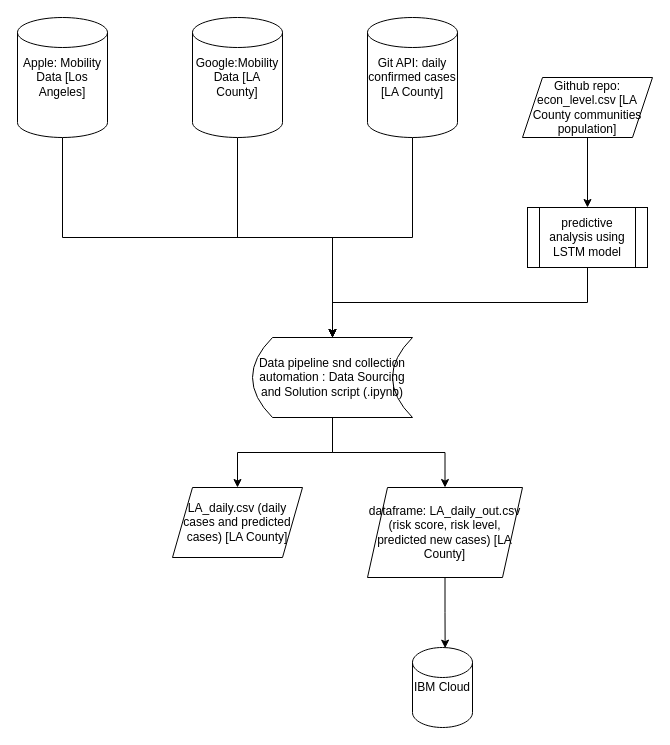
This is Risk-Score-UMich-Workflow.drawio from skasralikar/Risk-Score-1-UMichZJU, a draw.io file, before an edit. Source tidied: cells renumbered, new cells numbered last; positions are measured from the earlier drawing's top-left corner, leaving out a move shared by most shapes. Both pictures are drawn from the tidied source at 100%, with x=0, y=0 at pixel (17, 17).
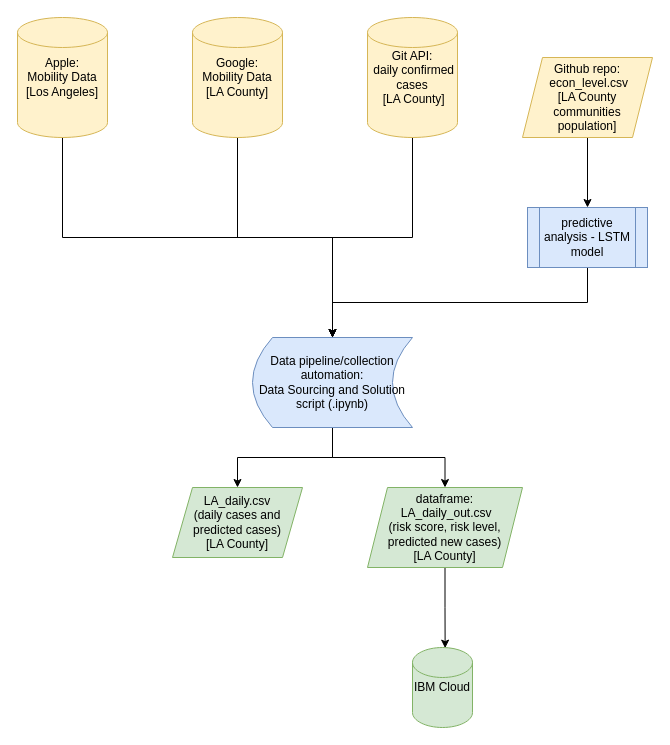
The same diagram, later.

Diff of the diagram source:
```diff
@@
-    <mxCell id="3" value="&lt;div&gt;&lt;span&gt;Git API: daily confirmed cases [LA County]&lt;/span&gt;&lt;/div&gt;" style="shape=cylinder2;whiteSpace=wrap;html=1;boundedLbl=1;backgroundOutline=1;size=15;align=center;" parent="1" vertex="1">
+    <mxCell id="3" value="&lt;div&gt;&lt;span&gt;Git API:&lt;/span&gt;&lt;/div&gt;&lt;div&gt;&lt;span&gt;&amp;nbsp;daily confirmed cases&lt;/span&gt;&lt;/div&gt;&lt;div&gt;&lt;span&gt;&amp;nbsp;[LA County]&lt;/span&gt;&lt;/div&gt;" style="shape=cylinder2;whiteSpace=wrap;html=1;boundedLbl=1;backgroundOutline=1;size=15;align=center;fillColor=#fff2cc;strokeColor=#d6b656;" parent="1" vertex="1">
       <mxGeometry x="350" width="90" height="120" as="geometry" />
     </mxCell>
@@
-    <mxCell id="5" value="Apple: Mobility Data [Los Angeles]" style="shape=cylinder2;whiteSpace=wrap;html=1;boundedLbl=1;backgroundOutline=1;size=15;" parent="1" vertex="1">
+    <mxCell id="5" value="Apple: &lt;br&gt;Mobility Data [Los Angeles]" style="shape=cylinder2;whiteSpace=wrap;html=1;boundedLbl=1;backgroundOutline=1;size=15;fillColor=#fff2cc;strokeColor=#d6b656;" parent="1" vertex="1">
       <mxGeometry width="90" height="120" as="geometry" />
     </mxCell>
@@
-    <mxCell id="7" value="Google:Mobility Data [LA County]" style="shape=cylinder2;whiteSpace=wrap;html=1;boundedLbl=1;backgroundOutline=1;size=15;" parent="1" vertex="1">
+    <mxCell id="7" value="Google:&lt;br&gt;Mobility Data [LA County]" style="shape=cylinder2;whiteSpace=wrap;html=1;boundedLbl=1;backgroundOutline=1;size=15;fillColor=#fff2cc;strokeColor=#d6b656;" parent="1" vertex="1">
       <mxGeometry x="175" width="90" height="120" as="geometry" />
     </mxCell>
@@
-    <mxCell id="10" value="&lt;span&gt;Data pipeline snd collection automation : Data Sourcing and Solution script (.ipynb)&lt;/span&gt;" style="shape=dataStorage;whiteSpace=wrap;html=1;fixedSize=1;" parent="1" vertex="1">
-      <mxGeometry x="235" y="320" width="160" height="80" as="geometry" />
+    <mxCell id="10" value="&lt;span&gt;Data pipeline/collection automation: &lt;br&gt;Data Sourcing and Solution script (.ipynb)&lt;/span&gt;" style="shape=dataStorage;whiteSpace=wrap;html=1;fixedSize=1;fillColor=#dae8fc;strokeColor=#6c8ebf;" parent="1" vertex="1">
+      <mxGeometry x="235" y="320" width="160" height="90" as="geometry" />
     </mxCell>
@@
-    <mxCell id="12" value="Github repo: econ_level.csv [LA County communities population]" style="shape=parallelogram;perimeter=parallelogramPerimeter;whiteSpace=wrap;html=1;fixedSize=1;" parent="1" vertex="1">
-      <mxGeometry x="505" y="60" width="130" height="60" as="geometry" />
+    <mxCell id="12" value="Github repo:&lt;br&gt;&amp;nbsp;econ_level.csv &lt;br&gt;[LA County communities population]" style="shape=parallelogram;perimeter=parallelogramPerimeter;whiteSpace=wrap;html=1;fixedSize=1;fillColor=#fff2cc;strokeColor=#d6b656;" parent="1" vertex="1">
+      <mxGeometry x="505" y="40" width="130" height="80" as="geometry" />
     </mxCell>
-    <mxCell id="13" value="LA_daily.csv (daily cases and predicted cases) [LA County]" style="shape=parallelogram;perimeter=parallelogramPerimeter;whiteSpace=wrap;html=1;fixedSize=1;" parent="1" vertex="1">
+    <mxCell id="13" value="LA_daily.csv &lt;br&gt;(daily cases and predicted cases) &lt;br&gt;[LA County]" style="shape=parallelogram;perimeter=parallelogramPerimeter;whiteSpace=wrap;html=1;fixedSize=1;fillColor=#d5e8d4;strokeColor=#82b366;" parent="1" vertex="1">
       <mxGeometry x="155" y="470" width="130" height="70" as="geometry" />
     </mxCell>
@@
-    <mxCell id="15" value="predictive analysis using LSTM model" style="shape=process;whiteSpace=wrap;html=1;backgroundOutline=1;" parent="1" vertex="1">
+    <mxCell id="15" value="predictive analysis - LSTM model" style="shape=process;backgroundOutline=1;fillColor=#dae8fc;strokeColor=#6c8ebf;whiteSpace=wrap;html=1;" parent="1" vertex="1">
       <mxGeometry x="510" y="190" width="120" height="60" as="geometry" />
     </mxCell>
@@
-    <mxCell id="17" value="dataframe: LA_daily_out.csv (risk score, risk level, predicted new cases) [LA County]" style="shape=parallelogram;perimeter=parallelogramPerimeter;whiteSpace=wrap;html=1;fixedSize=1;" parent="1" vertex="1">
-      <mxGeometry x="350" y="470" width="155" height="90" as="geometry" />
+    <mxCell id="17" value="dataframe:&lt;br&gt;&amp;nbsp;LA_daily_out.csv &lt;br&gt;(risk score, risk level, predicted new cases) &lt;br&gt;[LA County]" style="shape=parallelogram;perimeter=parallelogramPerimeter;whiteSpace=wrap;html=1;fixedSize=1;fillColor=#d5e8d4;strokeColor=#82b366;" parent="1" vertex="1">
+      <mxGeometry x="350" y="470" width="155" height="80" as="geometry" />
     </mxCell>
-    <mxCell id="18" value="IBM Cloud" style="shape=cylinder2;whiteSpace=wrap;html=1;boundedLbl=1;backgroundOutline=1;size=15;" parent="1" vertex="1">
+    <mxCell id="18" value="IBM Cloud" style="shape=cylinder2;whiteSpace=wrap;html=1;boundedLbl=1;backgroundOutline=1;size=15;fillColor=#d5e8d4;strokeColor=#82b366;" parent="1" vertex="1">
       <mxGeometry x="395" y="630" width="60" height="80" as="geometry" />
     </mxCell>
```
